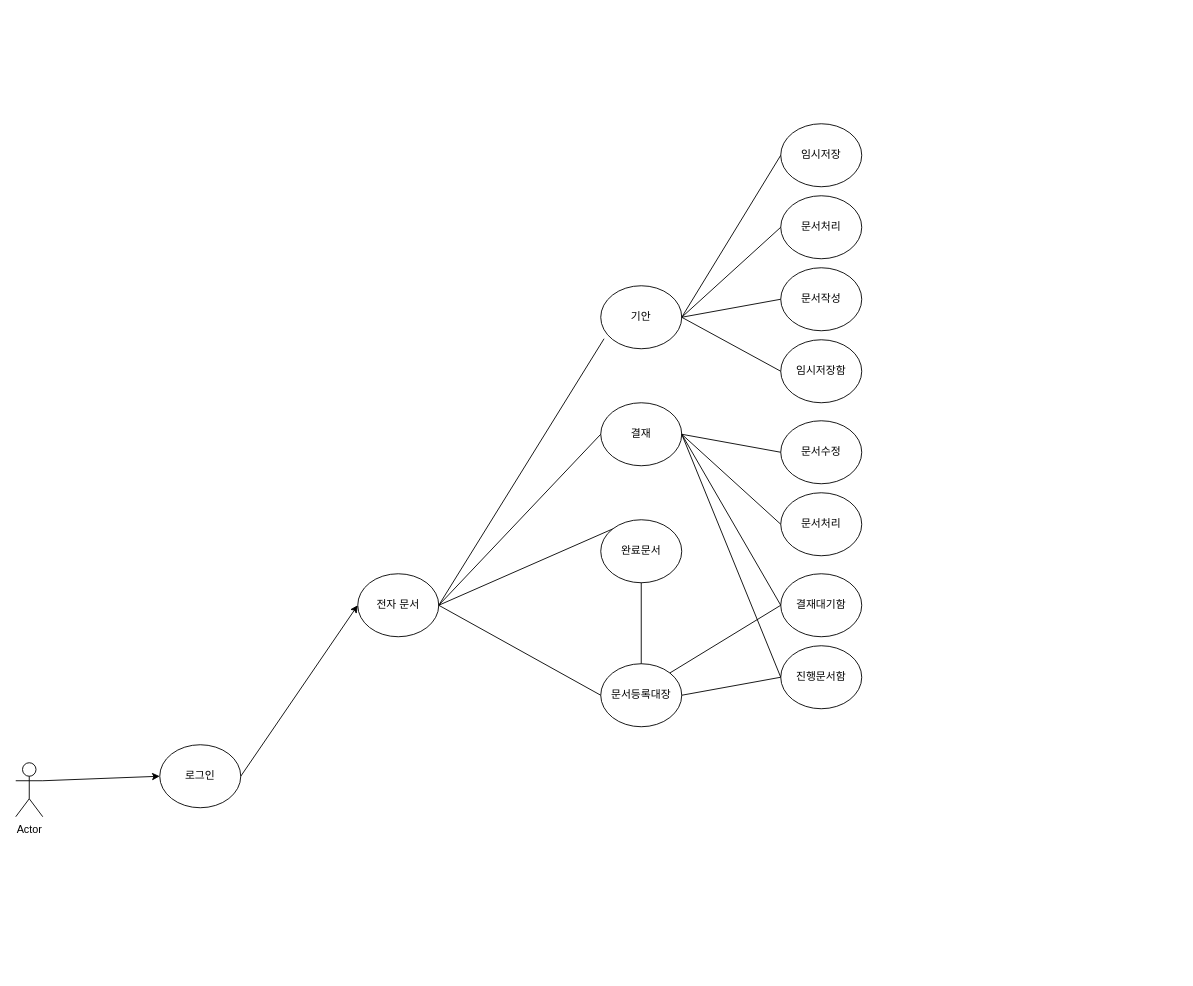
Earlier version of the draw.io diagram css/Untitled Diagram.drawio (iamheonil/KHSemiProject). Source tidied: cells renumbered, new cells numbered last; positions are measured from the earlier drawing's top-left corner, leaving out a move shared by most shapes. Both pictures are drawn from the tidied source at 90%, with x=0, y=0 at pixel (15, 123).
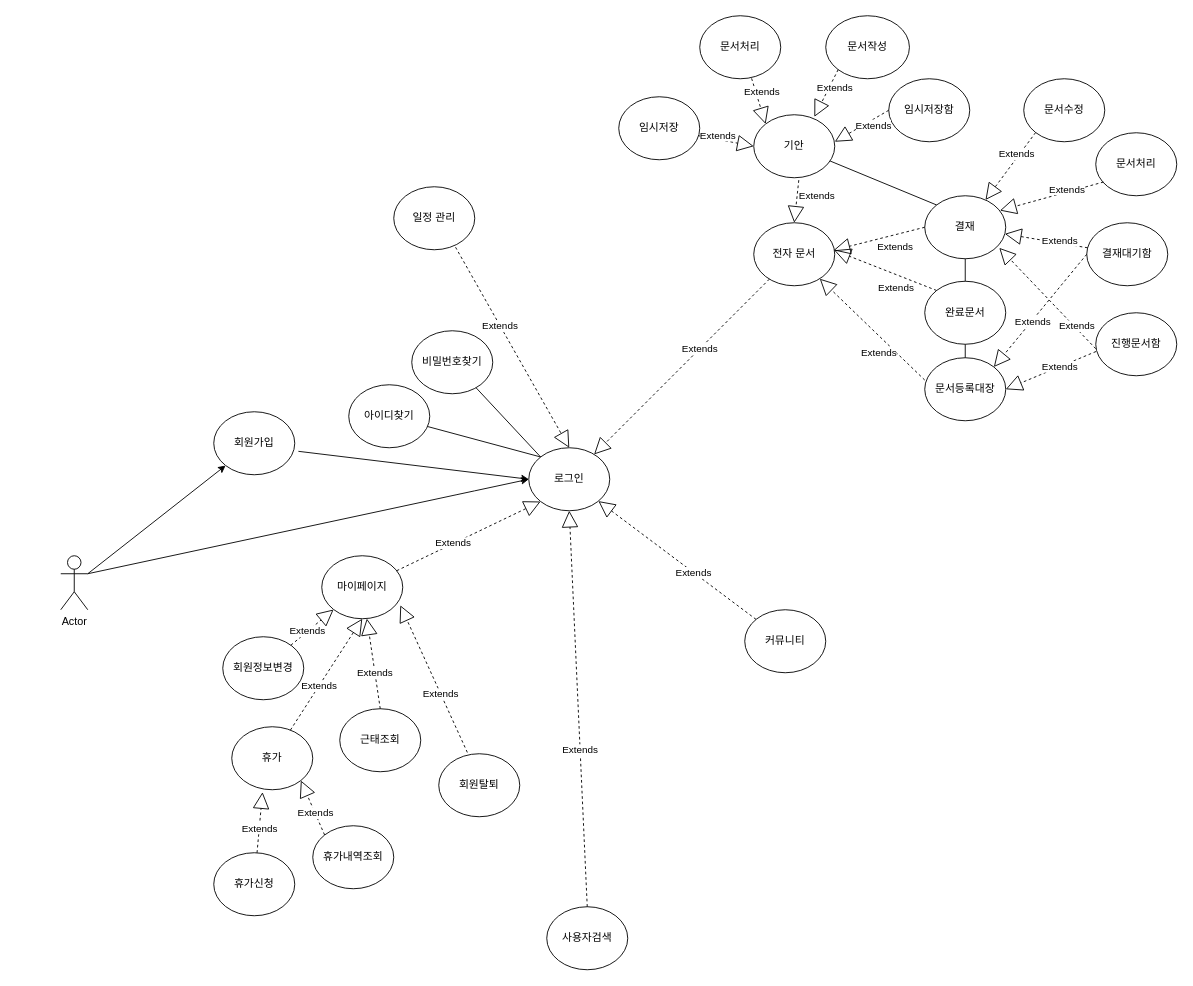
The same page after the edit.

What changed in the source:
```diff
@@
     <mxCell id="2" value="전자 문서" style="ellipse;whiteSpace=wrap;html=1;" parent="1" vertex="1">
-      <mxGeometry x="380" y="500" width="90" height="70" as="geometry" />
+      <mxGeometry x="820" y="110" width="90" height="70" as="geometry" />
     </mxCell>
     <mxCell id="3" value="기안" style="ellipse;whiteSpace=wrap;html=1;" parent="1" vertex="1">
-      <mxGeometry x="650" y="180" width="90" height="70" as="geometry" />
+      <mxGeometry x="820" y="-10" width="90" height="70" as="geometry" />
     </mxCell>
     <mxCell id="4" value="결재" style="ellipse;whiteSpace=wrap;html=1;" parent="1" vertex="1">
-      <mxGeometry x="650" y="310" width="90" height="70" as="geometry" />
+      <mxGeometry x="1010" y="80" width="90" height="70" as="geometry" />
     </mxCell>
     <mxCell id="5" value="완료문서" style="ellipse;whiteSpace=wrap;html=1;" parent="1" vertex="1">
-      <mxGeometry x="650" y="440" width="90" height="70" as="geometry" />
+      <mxGeometry x="1010" y="175" width="90" height="70" as="geometry" />
     </mxCell>
     <mxCell id="6" value="문서등록대장" style="ellipse;whiteSpace=wrap;html=1;" parent="1" vertex="1">
-      <mxGeometry x="650" y="600" width="90" height="70" as="geometry" />
+      <mxGeometry x="1010" y="260" width="90" height="70" as="geometry" />
     </mxCell>
     <mxCell id="7" value="임시저장" style="ellipse;whiteSpace=wrap;html=1;" parent="1" vertex="1">
-      <mxGeometry x="850" width="90" height="70" as="geometry" />
+      <mxGeometry x="670" y="-30" width="90" height="70" as="geometry" />
     </mxCell>
     <mxCell id="8" value="문서처리" style="ellipse;whiteSpace=wrap;html=1;" parent="1" vertex="1">
-      <mxGeometry x="850" y="80" width="90" height="70" as="geometry" />
+      <mxGeometry x="760" y="-120" width="90" height="70" as="geometry" />
     </mxCell>
     <mxCell id="9" value="문서작성" style="ellipse;whiteSpace=wrap;html=1;" parent="1" vertex="1">
-      <mxGeometry x="850" y="160" width="90" height="70" as="geometry" />
+      <mxGeometry x="900" y="-120" width="93" height="70" as="geometry" />
     </mxCell>
     <mxCell id="10" value="임시저장함" style="ellipse;whiteSpace=wrap;html=1;" parent="1" vertex="1">
-      <mxGeometry x="850" y="240" width="90" height="70" as="geometry" />
+      <mxGeometry x="970" y="-50" width="90" height="70" as="geometry" />
     </mxCell>
     <mxCell id="11" value="문서수정" style="ellipse;whiteSpace=wrap;html=1;" parent="1" vertex="1">
-      <mxGeometry x="850" y="330" width="90" height="70" as="geometry" />
+      <mxGeometry x="1120" y="-50" width="90" height="70" as="geometry" />
     </mxCell>
     <mxCell id="12" value="문서처리" style="ellipse;whiteSpace=wrap;html=1;" parent="1" vertex="1">
-      <mxGeometry x="850" y="410" width="90" height="70" as="geometry" />
+      <mxGeometry x="1200" y="10" width="90" height="70" as="geometry" />
     </mxCell>
     <mxCell id="13" value="결재대기함" style="ellipse;whiteSpace=wrap;html=1;" parent="1" vertex="1">
-      <mxGeometry x="850" y="500" width="90" height="70" as="geometry" />
+      <mxGeometry x="1190" y="110" width="90" height="70" as="geometry" />
     </mxCell>
     <mxCell id="14" value="진행문서함" style="ellipse;whiteSpace=wrap;html=1;" parent="1" vertex="1">
-      <mxGeometry x="850" y="580" width="90" height="70" as="geometry" />
+      <mxGeometry x="1200" y="210" width="90" height="70" as="geometry" />
     </mxCell>
-    <mxCell id="15" style="endArrow=none;html=1;entryX=0.041;entryY=0.841;entryDx=0;entryDy=0;entryPerimeter=0;exitX=1;exitY=0.5;exitDx=0;exitDy=0;" parent="1" edge="1" source="2" target="3">
-      <mxGeometry relative="1" as="geometry" />
-    </mxCell>
-    <mxCell id="16" style="endArrow=none;html=1;entryX=0;entryY=0.5;entryDx=0;entryDy=0;exitX=1;exitY=0.5;exitDx=0;exitDy=0;" parent="1" edge="1" source="2" target="4">
-      <mxGeometry relative="1" as="geometry" />
-    </mxCell>
-    <mxCell id="17" style="endArrow=none;html=1;entryX=1;entryY=0.5;entryDx=0;entryDy=0;exitX=0;exitY=0;exitDx=0;exitDy=0;" parent="1" edge="1" source="5" target="2">
-      <mxGeometry relative="1" as="geometry" />
-    </mxCell>
-    <mxCell id="18" style="endArrow=none;html=1;exitX=1;exitY=0.5;exitDx=0;exitDy=0;entryX=0;entryY=0.5;entryDx=0;entryDy=0;" parent="1" edge="1" source="3" target="7">
-      <mxGeometry relative="1" as="geometry" />
-    </mxCell>
-    <mxCell id="19" style="endArrow=none;html=1;exitX=1;exitY=0.5;exitDx=0;exitDy=0;entryX=0;entryY=0.5;entryDx=0;entryDy=0;" parent="1" edge="1" source="3" target="8">
-      <mxGeometry relative="1" as="geometry" />
-    </mxCell>
-    <mxCell id="20" style="endArrow=none;html=1;exitX=1;exitY=0.5;exitDx=0;exitDy=0;entryX=0;entryY=0.5;entryDx=0;entryDy=0;" parent="1" edge="1" source="3" target="9">
-      <mxGeometry relative="1" as="geometry" />
-    </mxCell>
-    <mxCell id="21" style="endArrow=none;html=1;exitX=1;exitY=0.5;exitDx=0;exitDy=0;entryX=0;entryY=0.5;entryDx=0;entryDy=0;" parent="1" edge="1" source="3" target="10">
-      <mxGeometry relative="1" as="geometry" />
-    </mxCell>
-    <mxCell id="22" style="endArrow=none;html=1;exitX=1;exitY=0.5;exitDx=0;exitDy=0;entryX=0;entryY=0.5;entryDx=0;entryDy=0;" parent="1" edge="1" source="4" target="11">
-      <mxGeometry relative="1" as="geometry" />
-    </mxCell>
-    <mxCell id="23" style="endArrow=none;html=1;exitX=1;exitY=0.5;exitDx=0;exitDy=0;entryX=0;entryY=0.5;entryDx=0;entryDy=0;" parent="1" edge="1" source="4" target="12">
-      <mxGeometry relative="1" as="geometry" />
-    </mxCell>
-    <mxCell id="24" style="endArrow=none;html=1;exitX=1;exitY=0.5;exitDx=0;exitDy=0;entryX=0;entryY=0.5;entryDx=0;entryDy=0;" parent="1" edge="1" source="4" target="13">
-      <mxGeometry relative="1" as="geometry" />
-    </mxCell>
-    <mxCell id="25" style="endArrow=none;html=1;exitX=0;exitY=0.5;exitDx=0;exitDy=0;entryX=1;entryY=0.5;entryDx=0;entryDy=0;" parent="1" edge="1" source="14" target="4">
-      <mxGeometry relative="1" as="geometry" />
-    </mxCell>
-    <mxCell id="26" style="endArrow=none;html=1;entryX=1;entryY=0.5;entryDx=0;entryDy=0;exitX=0;exitY=0.5;exitDx=0;exitDy=0;" parent="1" edge="1" source="6" target="2">
-      <mxGeometry relative="1" as="geometry" />
-    </mxCell>
@@
-    <mxCell id="28" style="endArrow=none;html=1;exitX=1;exitY=0.5;exitDx=0;exitDy=0;entryX=0;entryY=0.5;entryDx=0;entryDy=0;" parent="1" edge="1" source="6" target="14">
-      <mxGeometry relative="1" as="geometry" />
-    </mxCell>
-    <mxCell id="29" style="endArrow=none;html=1;exitX=1;exitY=0;exitDx=0;exitDy=0;entryX=0;entryY=0.5;entryDx=0;entryDy=0;" parent="1" edge="1" source="6" target="13">
-      <mxGeometry relative="1" as="geometry" />
-    </mxCell>
     <mxCell id="30" value="Actor" style="shape=umlActor;verticalLabelPosition=bottom;labelBackgroundColor=#ffffff;verticalAlign=top;html=1;outlineConnect=0;" parent="1" vertex="1">
-      <mxGeometry y="710" width="30" height="60" as="geometry" />
+      <mxGeometry x="50" y="480" width="30" height="60" as="geometry" />
     </mxCell>
     <mxCell id="31" value="로그인" style="ellipse;whiteSpace=wrap;html=1;" parent="1" vertex="1">
-      <mxGeometry x="160" y="690" width="90" height="70" as="geometry" />
+      <mxGeometry x="570" y="360" width="90" height="70" as="geometry" />
     </mxCell>
-    <mxCell id="32" style="endArrow=classic;html=1;entryX=0;entryY=0.5;entryDx=0;entryDy=0;exitX=1;exitY=0.3333333333333333;exitDx=0;exitDy=0;exitPerimeter=0;" parent="1" edge="1" source="30" target="31">
-      <mxGeometry relative="1" as="geometry" />
+    <mxCell id="32" style="endArrow=classic;html=1;exitX=1;exitY=0.3333333333333333;exitDx=0;exitDy=0;exitPerimeter=0;entryX=0;entryY=0.5;entryDx=0;entryDy=0;" parent="1" edge="1" source="30" target="31">
+      <mxGeometry relative="1" as="geometry">
+        <Array as="points">
+          <mxPoint x="500" y="410" />
+        </Array>
+      </mxGeometry>
     </mxCell>
@@
-    <mxCell id="34" style="endArrow=classic;html=1;entryX=0;entryY=0.5;entryDx=0;entryDy=0;exitX=1;exitY=0.5;exitDx=0;exitDy=0;" parent="1" edge="1" source="31" target="2">
-      <mxGeometry relative="1" as="geometry" />
-    </mxCell>
+    <mxCell id="35" value="일정 관리" style="ellipse;whiteSpace=wrap;html=1;" parent="1" vertex="1">
+      <mxGeometry x="420" y="70" width="90" height="70" as="geometry" />
+    </mxCell>
+    <mxCell id="36" value="커뮤니티" style="ellipse;whiteSpace=wrap;html=1;" parent="1" vertex="1">
+      <mxGeometry x="810" y="540" width="90" height="70" as="geometry" />
+    </mxCell>
+    <mxCell id="37" value="사용자검색" style="ellipse;whiteSpace=wrap;html=1;" parent="1" vertex="1">
+      <mxGeometry x="590" y="870" width="90" height="70" as="geometry" />
+    </mxCell>
+    <mxCell id="38" value="회원가입" style="ellipse;whiteSpace=wrap;html=1;" parent="1" vertex="1">
+      <mxGeometry x="220" y="320" width="90" height="70" as="geometry" />
+    </mxCell>
+    <mxCell id="39" style="endArrow=classic;html=1;entryX=0;entryY=1;entryDx=0;entryDy=0;exitX=1;exitY=0.3333333333333333;exitDx=0;exitDy=0;exitPerimeter=0;" parent="1" edge="1" source="30" target="38">
+      <mxGeometry relative="1" as="geometry" />
+    </mxCell>
+    <mxCell id="40" value="아이디찾기" style="ellipse;whiteSpace=wrap;html=1;" parent="1" vertex="1">
+      <mxGeometry x="370" y="290" width="90" height="70" as="geometry" />
+    </mxCell>
+    <mxCell id="41" value="비밀번호찾기" style="ellipse;whiteSpace=wrap;html=1;" parent="1" vertex="1">
+      <mxGeometry x="440" y="230" width="90" height="70" as="geometry" />
+    </mxCell>
+    <mxCell id="42" style="endArrow=classic;html=1;exitX=1.045;exitY=0.628;exitDx=0;exitDy=0;exitPerimeter=0;entryX=0;entryY=0.5;entryDx=0;entryDy=0;" parent="1" edge="1" source="38" target="31">
+      <mxGeometry relative="1" as="geometry" />
+    </mxCell>
+    <mxCell id="43" style="endArrow=none;html=1;entryX=0;entryY=0;entryDx=0;entryDy=0;" parent="1" edge="1" source="40" target="31">
+      <mxGeometry relative="1" as="geometry" />
+    </mxCell>
+    <mxCell id="44" style="endArrow=none;html=1;entryX=0;entryY=0;entryDx=0;entryDy=0;" parent="1" edge="1" source="41" target="31">
+      <mxGeometry relative="1" as="geometry" />
+    </mxCell>
+    <mxCell id="45" value="마이페이지" style="ellipse;whiteSpace=wrap;html=1;" parent="1" vertex="1">
+      <mxGeometry x="340" y="480" width="90" height="70" as="geometry" />
+    </mxCell>
+    <mxCell id="46" value="회원정보변경" style="ellipse;whiteSpace=wrap;html=1;" parent="1" vertex="1">
+      <mxGeometry x="230" y="570" width="90" height="70" as="geometry" />
+    </mxCell>
+    <mxCell id="47" value="근태조회" style="ellipse;whiteSpace=wrap;html=1;" parent="1" vertex="1">
+      <mxGeometry x="360" y="650" width="90" height="70" as="geometry" />
+    </mxCell>
+    <mxCell id="48" value="휴가" style="ellipse;whiteSpace=wrap;html=1;" parent="1" vertex="1">
+      <mxGeometry x="240" y="670" width="90" height="70" as="geometry" />
+    </mxCell>
+    <mxCell id="49" value="휴가신청" style="ellipse;whiteSpace=wrap;html=1;" parent="1" vertex="1">
+      <mxGeometry x="220" y="810" width="90" height="70" as="geometry" />
+    </mxCell>
+    <mxCell id="50" value="휴가내역조회" style="ellipse;whiteSpace=wrap;html=1;" parent="1" vertex="1">
+      <mxGeometry x="330" y="780" width="90" height="70" as="geometry" />
+    </mxCell>
+    <mxCell id="51" value="회원탈퇴" style="ellipse;whiteSpace=wrap;html=1;" parent="1" vertex="1">
+      <mxGeometry x="470" y="700" width="90" height="70" as="geometry" />
+    </mxCell>
+    <mxCell id="52" value="Extends" style="endArrow=block;endSize=16;endFill=0;html=1;dashed=1;exitX=0.004;exitY=0.615;exitDx=0;exitDy=0;exitPerimeter=0;entryX=1;entryY=0.5;entryDx=0;entryDy=0;" parent="1" edge="1" source="14" target="6">
+      <mxGeometry x="-0.2" relative="1" as="geometry" />
+    </mxCell>
+    <mxCell id="26" value="Extends" style="endArrow=block;endSize=16;endFill=0;html=1;dashed=1;exitX=0;exitY=0.354;exitDx=0;exitDy=0;exitPerimeter=0;" parent="1" edge="1" source="6" target="2">
+      <mxGeometry x="-0.29" y="13" relative="1" as="geometry" />
+    </mxCell>
+    <mxCell id="17" value="Extends" style="endArrow=block;endSize=16;endFill=0;html=1;dashed=1;exitX=0;exitY=0;exitDx=0;exitDy=0;entryX=0.993;entryY=0.437;entryDx=0;entryDy=0;entryPerimeter=0;" parent="1" edge="1" source="5" target="2">
+      <mxGeometry x="-0.29" y="13" relative="1" as="geometry" />
+    </mxCell>
+    <mxCell id="53" value="Extends" style="endArrow=block;endSize=16;endFill=0;html=1;dashed=1;exitX=0;exitY=0.5;exitDx=0;exitDy=0;entryX=0.985;entryY=0.437;entryDx=0;entryDy=0;entryPerimeter=0;" parent="1" edge="1" source="4" target="2">
+      <mxGeometry x="-0.29" y="13" relative="1" as="geometry" />
+    </mxCell>
+    <mxCell id="54" value="Extends" style="endArrow=block;endSize=16;endFill=0;html=1;dashed=1;exitX=0.556;exitY=1.038;exitDx=0;exitDy=0;entryX=0.5;entryY=0;entryDx=0;entryDy=0;exitPerimeter=0;" parent="1" edge="1" source="3" target="2">
+      <mxGeometry x="-0.36" y="22" relative="1" as="geometry" />
+    </mxCell>
+    <mxCell id="55" style="endArrow=none;html=1;entryX=0.5;entryY=1;entryDx=0;entryDy=0;exitX=0.5;exitY=0;exitDx=0;exitDy=0;" parent="1" edge="1" source="5" target="4">
+      <mxGeometry relative="1" as="geometry" />
+    </mxCell>
+    <mxCell id="56" style="endArrow=none;html=1;exitX=0;exitY=0;exitDx=0;exitDy=0;" parent="1" edge="1" source="4" target="3">
+      <mxGeometry relative="1" as="geometry" />
+    </mxCell>
+    <mxCell id="57" value="Extends" style="endArrow=block;endSize=16;endFill=0;html=1;dashed=1;exitX=0;exitY=0.5;exitDx=0;exitDy=0;entryX=1;entryY=0;entryDx=0;entryDy=0;" parent="1" edge="1" source="13" target="6">
+      <mxGeometry x="0.18" y="1" relative="1" as="geometry" />
+    </mxCell>
+    <mxCell id="25" value="Extends" style="endArrow=block;endSize=16;endFill=0;html=1;dashed=1;exitX=0;exitY=0.571;exitDx=0;exitDy=0;exitPerimeter=0;entryX=0.92;entryY=0.827;entryDx=0;entryDy=0;entryPerimeter=0;" parent="1" edge="1" source="14" target="4">
+      <mxGeometry x="-0.57" y="-2" relative="1" as="geometry" />
+    </mxCell>
+    <mxCell id="58" value="Extends" style="endArrow=block;endSize=16;endFill=0;html=1;dashed=1;" parent="1" edge="1" source="13" target="4">
+      <mxGeometry x="-0.32" y="-3" relative="1" as="geometry" />
+    </mxCell>
+    <mxCell id="59" value="Extends" style="endArrow=block;endSize=16;endFill=0;html=1;dashed=1;exitX=0.096;exitY=0.782;exitDx=0;exitDy=0;exitPerimeter=0;entryX=0.928;entryY=0.235;entryDx=0;entryDy=0;entryPerimeter=0;" parent="1" edge="1" source="12" target="4">
+      <mxGeometry x="-0.32" y="-3" relative="1" as="geometry" />
+    </mxCell>
+    <mxCell id="60" value="Extends" style="endArrow=block;endSize=16;endFill=0;html=1;dashed=1;exitX=0;exitY=1;exitDx=0;exitDy=0;" parent="1" edge="1" source="11" target="4">
+      <mxGeometry x="-0.32" y="-3" relative="1" as="geometry" />
+    </mxCell>
+    <mxCell id="61" value="Extends" style="endArrow=block;endSize=16;endFill=0;html=1;dashed=1;exitX=0;exitY=1;exitDx=0;exitDy=0;entryX=0.748;entryY=0.033;entryDx=0;entryDy=0;entryPerimeter=0;" parent="1" edge="1" source="9" target="3">
+      <mxGeometry x="-0.33" y="6" relative="1" as="geometry" />
+    </mxCell>
+    <mxCell id="62" value="Extends" style="endArrow=block;endSize=16;endFill=0;html=1;dashed=1;exitX=0;exitY=0.5;exitDx=0;exitDy=0;" parent="1" edge="1" source="10">
+      <mxGeometry x="-0.33" y="6" relative="1" as="geometry">
+        <mxPoint x="910" y="20" as="targetPoint" />
+      </mxGeometry>
+    </mxCell>
+    <mxCell id="63" value="Extends" style="endArrow=block;endSize=16;endFill=0;html=1;dashed=1;exitX=0.64;exitY=0.994;exitDx=0;exitDy=0;entryX=0;entryY=0;entryDx=0;entryDy=0;exitPerimeter=0;" parent="1" edge="1" source="8" target="3">
+      <mxGeometry x="-0.33" y="6" relative="1" as="geometry" />
+    </mxCell>
+    <mxCell id="64" value="Extends" style="endArrow=block;endSize=16;endFill=0;html=1;dashed=1;entryX=0;entryY=0.5;entryDx=0;entryDy=0;" parent="1" edge="1" source="7" target="3">
+      <mxGeometry x="-0.33" y="4" relative="1" as="geometry" />
+    </mxCell>
+    <mxCell id="65" value="Extends" style="endArrow=block;endSize=16;endFill=0;html=1;dashed=1;" parent="1" edge="1" source="2" target="31">
+      <mxGeometry x="-0.21" relative="1" as="geometry" />
+    </mxCell>
+    <mxCell id="66" value="Extends" style="endArrow=block;endSize=16;endFill=0;html=1;dashed=1;exitX=0.763;exitY=0.96;exitDx=0;exitDy=0;exitPerimeter=0;entryX=0.5;entryY=0;entryDx=0;entryDy=0;" parent="1" edge="1" source="35" target="31">
+      <mxGeometry x="-0.21" relative="1" as="geometry" />
+    </mxCell>
+    <mxCell id="67" value="Extends" style="endArrow=block;endSize=16;endFill=0;html=1;dashed=1;" parent="1" edge="1" source="36" target="31">
+      <mxGeometry x="-0.21" relative="1" as="geometry" />
+    </mxCell>
+    <mxCell id="68" value="Extends" style="endArrow=block;endSize=16;endFill=0;html=1;dashed=1;entryX=0.5;entryY=1;entryDx=0;entryDy=0;exitX=0.5;exitY=0;exitDx=0;exitDy=0;" parent="1" edge="1" source="37" target="31">
+      <mxGeometry x="-0.21" relative="1" as="geometry" />
+    </mxCell>
+    <mxCell id="69" value="Extends" style="endArrow=block;endSize=16;endFill=0;html=1;dashed=1;entryX=0;entryY=1;entryDx=0;entryDy=0;" parent="1" edge="1" source="45" target="31">
+      <mxGeometry x="-0.21" relative="1" as="geometry" />
+    </mxCell>
+    <mxCell id="70" value="Extends" style="endArrow=block;endSize=16;endFill=0;html=1;dashed=1;entryX=0;entryY=1;entryDx=0;entryDy=0;" parent="1" edge="1" source="46" target="45">
+      <mxGeometry x="-0.21" relative="1" as="geometry" />
+    </mxCell>
+    <mxCell id="71" value="Extends" style="endArrow=block;endSize=16;endFill=0;html=1;dashed=1;entryX=0.5;entryY=1;entryDx=0;entryDy=0;" parent="1" edge="1" source="48" target="45">
+      <mxGeometry x="-0.21" relative="1" as="geometry" />
+    </mxCell>
+    <mxCell id="72" value="Extends" style="endArrow=block;endSize=16;endFill=0;html=1;dashed=1;exitX=0.5;exitY=0;exitDx=0;exitDy=0;" parent="1" edge="1" source="47" target="45">
+      <mxGeometry x="-0.21" relative="1" as="geometry" />
+    </mxCell>
+    <mxCell id="73" value="Extends" style="endArrow=block;endSize=16;endFill=0;html=1;dashed=1;entryX=0.97;entryY=0.787;entryDx=0;entryDy=0;entryPerimeter=0;exitX=0.353;exitY=-0.021;exitDx=0;exitDy=0;exitPerimeter=0;" parent="1" edge="1" source="51" target="45">
+      <mxGeometry x="-0.21" relative="1" as="geometry" />
+    </mxCell>
+    <mxCell id="74" value="Extends" style="endArrow=block;endSize=16;endFill=0;html=1;dashed=1;entryX=0.38;entryY=1.038;entryDx=0;entryDy=0;entryPerimeter=0;" parent="1" edge="1" source="49" target="48">
+      <mxGeometry x="-0.21" relative="1" as="geometry" />
+    </mxCell>
+    <mxCell id="75" value="Extends" style="endArrow=block;endSize=16;endFill=0;html=1;dashed=1;entryX=1;entryY=1;entryDx=0;entryDy=0;exitX=0;exitY=0;exitDx=0;exitDy=0;" parent="1" edge="1" source="50" target="48">
+      <mxGeometry x="-0.21" relative="1" as="geometry" />
+    </mxCell>
```
